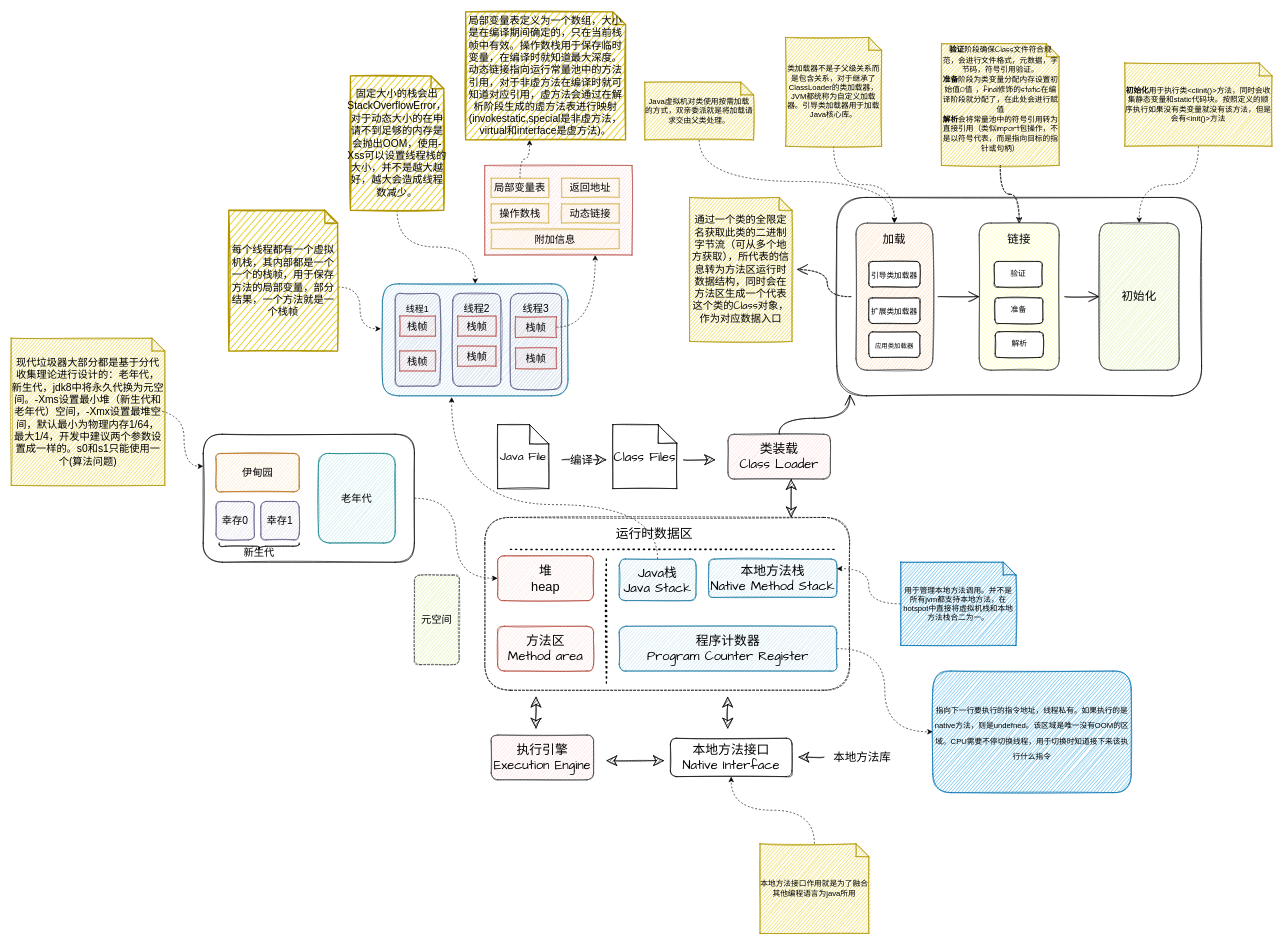
Above: study-note/JVM一览图.drawio in kchastes/blog (draw.io), before the change. Source tidied: cells renumbered, new cells numbered last; positions are measured from the earlier drawing's top-left corner, leaving out a move shared by most shapes. Both pictures are drawn from the tidied source at 64%, with x=0, y=0 at pixel (11, 12).
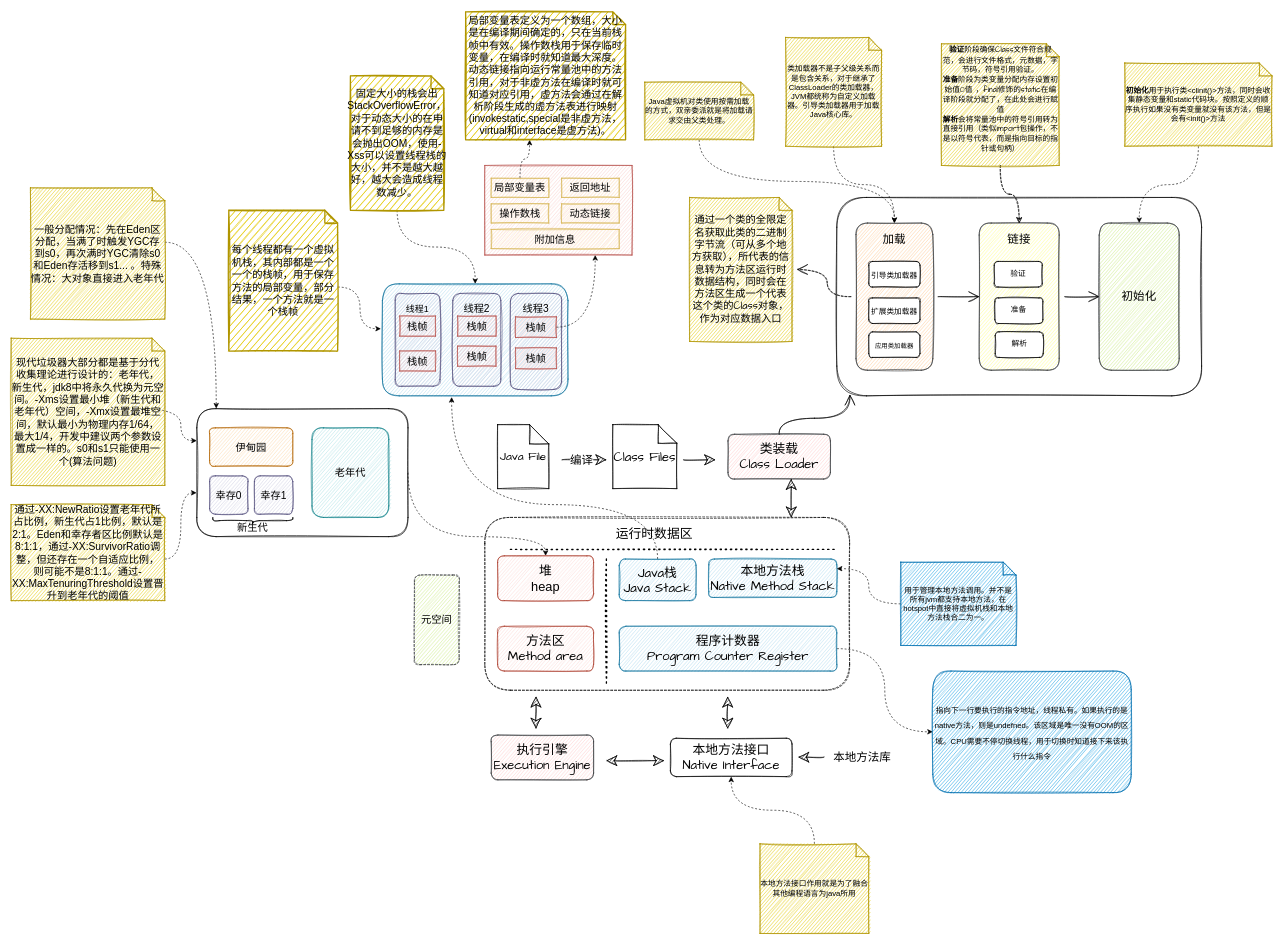
After the change.

Unchanged cells that the change refers to:
```xml
<mxCell id="5" value="堆 &lt;br&gt;heap" style="rounded=1;whiteSpace=wrap;html=1;sketch=1;hachureGap=4;fontFamily=微软雅黑;fontSize=20;fillColor=#fad9d5;strokeColor=#ae4132;" parent="1" vertex="1">
  <mxGeometry x="760" y="850" width="150" height="70" as="geometry" />
</mxCell>
<mxCell id="90" style="rounded=1;whiteSpace=wrap;html=1;sketch=1;fontSize=16;fillColor=none;" parent="89" vertex="1">
  <mxGeometry width="330" height="200" as="geometry" />
</mxCell>
```

The edit, as a diff of the source:
```diff
@@
     <mxCell id="2" style="edgeStyle=orthogonalEdgeStyle;jettySize=auto;html=1;exitX=1;exitY=0.5;exitDx=0;exitDy=0;fontSize=16;curved=1;dashed=1;" parent="1" edge="1" source="90" target="5">
-      <mxGeometry relative="1" as="geometry" />
+      <mxGeometry relative="1" as="geometry">
+        <Array as="points">
+          <mxPoint x="620" y="820" />
+          <mxPoint x="835" y="820" />
+        </Array>
+      </mxGeometry>
     </mxCell>
@@
     <mxCell id="89" style="group;dashed=1;" parent="1" vertex="1">
-      <mxGeometry x="300" y="660" width="330" height="210" as="geometry" />
+      <mxGeometry x="290" y="620" width="330" height="210" as="geometry" />
     </mxCell>
@@
+    <mxCell id="98" style="edgeStyle=orthogonalEdgeStyle;jettySize=auto;html=1;exitX=0;exitY=0;exitDx=240;exitDy=85;exitPerimeter=0;entryX=-0.001;entryY=0.658;entryDx=0;entryDy=0;entryPerimeter=0;fontSize=16;curved=1;dashed=1;" parent="1" edge="1" source="99" target="90">
+      <mxGeometry relative="1" as="geometry" />
+    </mxCell>
+    <mxCell id="99" value="通过-XX:NewRatio设置老年代所占比例，新生代占1比例，默认是2:1。Eden和幸存者区比例默认是8:1:1，通过-XX:SurvivorRatio调整，但还存在一个自适应比例，则可能不是8:1:1。通过-XX:MaxTenuringThreshold设置晋升到老年代的阈值" style="shape=note;size=20;whiteSpace=wrap;html=1;fillColor=#e3c800;fontColor=#000000;strokeColor=#B09500;sketch=1;fontSize=16;" parent="1" vertex="1">
+      <mxGeometry y="770" width="240" height="150" as="geometry" />
+    </mxCell>
+    <mxCell id="100" style="edgeStyle=orthogonalEdgeStyle;curved=1;jettySize=auto;html=1;exitX=0;exitY=0;exitDx=210;exitDy=85;exitPerimeter=0;entryX=0.092;entryY=-0.001;entryDx=0;entryDy=0;entryPerimeter=0;dashed=1;fontSize=16;" parent="1" edge="1" source="101" target="90">
+      <mxGeometry relative="1" as="geometry" />
+    </mxCell>
+    <mxCell id="101" value="一般分配情况：先在Eden区分配，当满了时触发YGC存到s0，再次满时YGC清除s0和Eden存活移到s1... 。特殊情况：大对象直接进入老年代" style="shape=note;size=20;whiteSpace=wrap;html=1;sketch=1;fontSize=16;fillColor=#e3c800;fontColor=#000000;strokeColor=#B09500;" parent="1" vertex="1">
+      <mxGeometry x="30" y="275" width="210" height="205" as="geometry" />
+    </mxCell>
```
